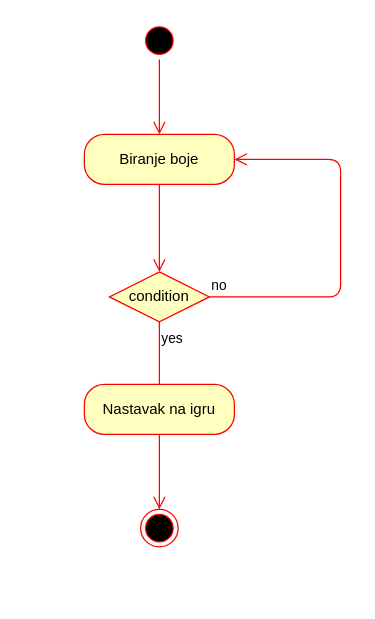
andjelapehar/Covjece-ne-ljuti-se keeps this draw.io diagram as page "Activity: Odabir boje" (4 of 6) of dijagram.drawio. Above is the earlier version. Source tidied: cells renumbered, new cells numbered last; positions are measured from the earlier drawing's top-left corner, leaving out a move shared by most shapes. Both pictures are drawn from the tidied source at 125%, with x=0, y=0 at pixel (84, 21).
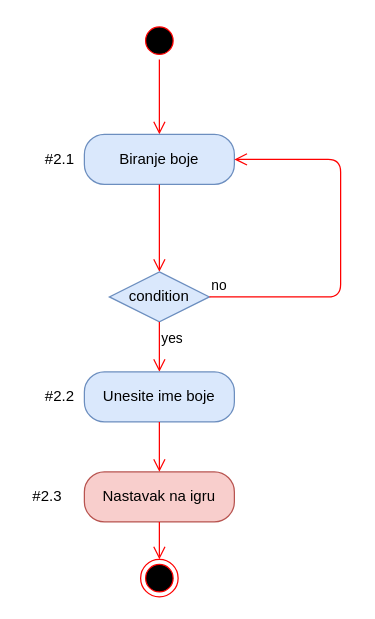
The same diagram, later.

The edit, as a diff of the source:
```diff
@@
-    <mxCell id="4" value="Biranje boje" style="rounded=1;whiteSpace=wrap;html=1;arcSize=40;fontColor=#000000;fillColor=#ffffc0;strokeColor=#ff0000;" parent="1" vertex="1">
+    <mxCell id="4" value="Biranje boje" style="rounded=1;whiteSpace=wrap;html=1;arcSize=40;fillColor=#dae8fc;strokeColor=#6c8ebf;" parent="1" vertex="1">
       <mxGeometry y="90" width="120" height="40" as="geometry" />
     </mxCell>
@@
-    <mxCell id="6" value="condition" style="rhombus;whiteSpace=wrap;html=1;fillColor=#ffffc0;strokeColor=#ff0000;" parent="1" vertex="1">
+    <mxCell id="6" value="condition" style="rhombus;whiteSpace=wrap;html=1;fillColor=#dae8fc;strokeColor=#6c8ebf;" parent="1" vertex="1">
       <mxGeometry x="20" y="200" width="80" height="40" as="geometry" />
     </mxCell>
@@
     <mxCell id="8" value="yes" style="edgeStyle=orthogonalEdgeStyle;html=1;align=left;verticalAlign=top;endArrow=open;endSize=8;strokeColor=#ff0000;" parent="1" edge="1" source="6">
       <mxGeometry x="-1" relative="1" as="geometry">
-        <mxPoint x="60" y="300" as="targetPoint" />
+        <mxPoint x="60" y="280" as="targetPoint" />
         <Array as="points">
           <mxPoint x="60" y="270" />
         </Array>
       </mxGeometry>
     </mxCell>
-    <mxCell id="9" value="Nastavak na igru" style="rounded=1;whiteSpace=wrap;html=1;arcSize=40;fontColor=#000000;fillColor=#ffffc0;strokeColor=#ff0000;" parent="1" vertex="1">
-      <mxGeometry y="290" width="120" height="40" as="geometry" />
+    <mxCell id="9" value="Nastavak na igru" style="rounded=1;whiteSpace=wrap;html=1;arcSize=40;fillColor=#f8cecc;strokeColor=#b85450;" parent="1" vertex="1">
+      <mxGeometry y="360" width="120" height="40" as="geometry" />
     </mxCell>
-    <mxCell id="10" style="edgeStyle=orthogonalEdgeStyle;html=1;verticalAlign=bottom;endArrow=open;endSize=8;strokeColor=#ff0000;" parent="1" edge="1" source="9">
+    <mxCell id="10" style="edgeStyle=orthogonalEdgeStyle;html=1;verticalAlign=bottom;endArrow=open;endSize=8;strokeColor=#ff0000;exitX=0.5;exitY=1;exitDx=0;exitDy=0;" parent="1" edge="1" source="9">
       <mxGeometry relative="1" as="geometry">
-        <mxPoint x="60" y="390" as="targetPoint" />
+        <mxPoint x="60" y="430" as="targetPoint" />
       </mxGeometry>
     </mxCell>
     <mxCell id="11" style="ellipse;html=1;shape=endState;fillColor=#000000;strokeColor=#ff0000;" parent="1" vertex="1">
-      <mxGeometry x="45" y="390" width="30" height="30" as="geometry" />
+      <mxGeometry x="45" y="430" width="30" height="30" as="geometry" />
     </mxCell>
+    <mxCell id="12" value="Unesite ime boje" style="rounded=1;whiteSpace=wrap;html=1;arcSize=40;fillColor=#dae8fc;strokeColor=#6c8ebf;" parent="1" vertex="1">
+      <mxGeometry y="280" width="120" height="40" as="geometry" />
+    </mxCell>
+    <mxCell id="13" style="edgeStyle=orthogonalEdgeStyle;html=1;verticalAlign=bottom;endArrow=open;endSize=8;strokeColor=#ff0000;" parent="1" edge="1" source="12" target="9">
+      <mxGeometry relative="1" as="geometry" />
+    </mxCell>
+    <mxCell id="14" value="#2.1" style="text;html=1;align=center;verticalAlign=middle;" parent="1" vertex="1">
+      <mxGeometry x="-40" y="100" width="40" height="20" as="geometry" />
+    </mxCell>
+    <mxCell id="15" value="#2.2" style="text;html=1;align=center;verticalAlign=middle;" parent="1" vertex="1">
+      <mxGeometry x="-40" y="290" width="40" height="20" as="geometry" />
+    </mxCell>
+    <mxCell id="16" value="#2.3" style="text;html=1;align=center;verticalAlign=middle;" parent="1" vertex="1">
+      <mxGeometry x="-50" y="370" width="40" height="20" as="geometry" />
+    </mxCell>
```
